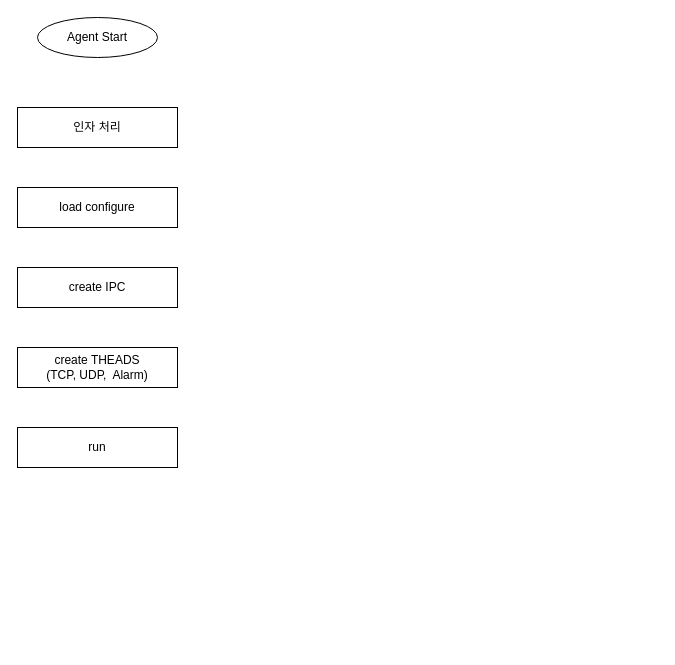
Before: page "Agent Flow" (6 of 7) of 제목 없는 다이어그램.drawio in aim65k/nextrade2, a draw.io diagram. Source tidied: cells renumbered, new cells numbered last; positions are measured from the earlier drawing's top-left corner, leaving out a move shared by most shapes. Both pictures are drawn from the tidied source at 100%, with x=0, y=0 at pixel (17, 17).
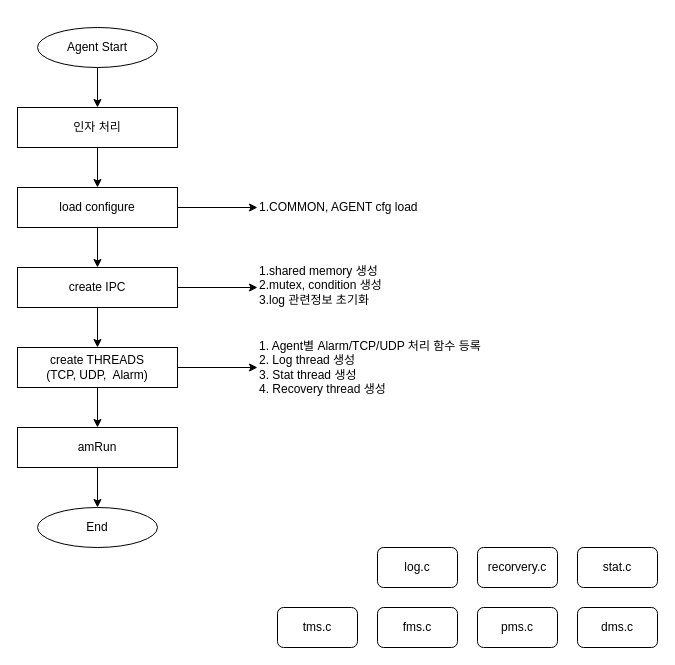
Above is the later version.

The change refers to these unchanged cells:
```xml
<mxCell id="3" value="인자 처리" style="rounded=0;whiteSpace=wrap;html=1;" parent="1" vertex="1">
  <mxGeometry y="90" width="160" height="40" as="geometry" />
</mxCell>
<mxCell id="4" value="load configure" style="rounded=0;whiteSpace=wrap;html=1;" parent="1" vertex="1">
  <mxGeometry y="170" width="160" height="40" as="geometry" />
</mxCell>
<mxCell id="5" value="create IPC" style="rounded=0;whiteSpace=wrap;html=1;" parent="1" vertex="1">
  <mxGeometry y="250" width="160" height="40" as="geometry" />
</mxCell>
```

What changed in the source:
```diff
@@
+    <mxCell id="8" style="edgeStyle=orthogonalEdgeStyle;rounded=0;jettySize=auto;html=1;entryX=0.5;entryY=0;entryDx=0;entryDy=0;" parent="1" edge="1" source="2" target="3">
+      <mxGeometry relative="1" as="geometry" />
+    </mxCell>
     <mxCell id="2" value="Agent Start" style="ellipse;whiteSpace=wrap;html=1;" parent="1" vertex="1">
-      <mxGeometry x="20" width="120" height="40" as="geometry" />
+      <mxGeometry x="20" y="10" width="120" height="40" as="geometry" />
     </mxCell>
+    <mxCell id="9" style="edgeStyle=orthogonalEdgeStyle;rounded=0;jettySize=auto;html=1;entryX=0.5;entryY=0;entryDx=0;entryDy=0;" parent="1" edge="1" source="3" target="4">
+      <mxGeometry relative="1" as="geometry" />
+    </mxCell>
@@
+    <mxCell id="10" style="edgeStyle=orthogonalEdgeStyle;rounded=0;jettySize=auto;html=1;entryX=0;entryY=0.5;entryDx=0;entryDy=0;" parent="1" edge="1" source="4" target="19">
+      <mxGeometry relative="1" as="geometry" />
+    </mxCell>
+    <mxCell id="11" style="edgeStyle=orthogonalEdgeStyle;rounded=0;jettySize=auto;html=1;entryX=0.5;entryY=0;entryDx=0;entryDy=0;" parent="1" edge="1" source="4" target="5">
+      <mxGeometry relative="1" as="geometry" />
+    </mxCell>
@@
+    <mxCell id="12" style="edgeStyle=orthogonalEdgeStyle;rounded=0;jettySize=auto;html=1;exitX=1;exitY=0.5;exitDx=0;exitDy=0;entryX=0;entryY=0.5;entryDx=0;entryDy=0;" parent="1" edge="1" source="5" target="18">
+      <mxGeometry relative="1" as="geometry" />
+    </mxCell>
+    <mxCell id="13" style="edgeStyle=orthogonalEdgeStyle;rounded=0;jettySize=auto;html=1;entryX=0.5;entryY=0;entryDx=0;entryDy=0;" parent="1" edge="1" source="5" target="6">
+      <mxGeometry relative="1" as="geometry" />
+    </mxCell>
@@
+    <mxCell id="14" style="edgeStyle=orthogonalEdgeStyle;rounded=0;jettySize=auto;html=1;entryX=0;entryY=0.5;entryDx=0;entryDy=0;" parent="1" edge="1" source="6" target="17">
+      <mxGeometry relative="1" as="geometry" />
+    </mxCell>
+    <mxCell id="15" style="edgeStyle=orthogonalEdgeStyle;rounded=0;jettySize=auto;html=1;entryX=0.5;entryY=0;entryDx=0;entryDy=0;" parent="1" edge="1" source="6" target="7">
+      <mxGeometry relative="1" as="geometry" />
+    </mxCell>
-    <mxCell id="6" value="create THEADS&lt;br&gt;(TCP, UDP,&amp;nbsp; Alarm)" style="rounded=0;whiteSpace=wrap;html=1;" parent="1" vertex="1">
+    <mxCell id="6" value="create THREADS&lt;br&gt;(TCP, UDP,&amp;nbsp; Alarm)" style="rounded=0;whiteSpace=wrap;html=1;" parent="1" vertex="1">
       <mxGeometry y="330" width="160" height="40" as="geometry" />
     </mxCell>
+    <mxCell id="16" style="edgeStyle=orthogonalEdgeStyle;rounded=0;jettySize=auto;html=1;entryX=0.5;entryY=0;entryDx=0;entryDy=0;" parent="1" edge="1" source="7" target="27">
+      <mxGeometry relative="1" as="geometry" />
+    </mxCell>
-    <mxCell id="7" value="run" style="rounded=0;whiteSpace=wrap;html=1;" parent="1" vertex="1">
+    <mxCell id="7" value="amRun" style="rounded=0;whiteSpace=wrap;html=1;" parent="1" vertex="1">
       <mxGeometry y="410" width="160" height="40" as="geometry" />
     </mxCell>
+    <mxCell id="17" value="1. Agent별 Alarm/TCP/UDP 처리 함수 등록&lt;br&gt;2. Log thread 생성&lt;br&gt;3. Stat thread 생성&lt;br&gt;4. Recovery thread 생성" style="text;html=1;strokeColor=none;fillColor=none;align=left;verticalAlign=top;whiteSpace=wrap;rounded=0;" parent="1" vertex="1">
+      <mxGeometry x="240" y="315" width="280" height="70" as="geometry" />
+    </mxCell>
+    <mxCell id="18" value="1.shared memory 생성&lt;br&gt;2.mutex, condition 생성&lt;br&gt;3.log 관련정보 초기화" style="text;html=1;strokeColor=none;fillColor=none;align=left;verticalAlign=top;whiteSpace=wrap;rounded=0;" parent="1" vertex="1">
+      <mxGeometry x="240" y="240" width="280" height="60" as="geometry" />
+    </mxCell>
+    <mxCell id="19" value="1.COMMON, AGENT cfg load" style="text;html=1;strokeColor=none;fillColor=none;align=left;verticalAlign=middle;whiteSpace=wrap;rounded=0;" parent="1" vertex="1">
+      <mxGeometry x="240" y="170" width="280" height="40" as="geometry" />
+    </mxCell>
+    <mxCell id="20" value="log.c" style="rounded=1;whiteSpace=wrap;html=1;" parent="1" vertex="1">
+      <mxGeometry x="360" y="530" width="80" height="40" as="geometry" />
+    </mxCell>
+    <mxCell id="21" value="fms.c" style="rounded=1;whiteSpace=wrap;html=1;" parent="1" vertex="1">
+      <mxGeometry x="360" y="590" width="80" height="40" as="geometry" />
+    </mxCell>
+    <mxCell id="22" value="pms.c" style="rounded=1;whiteSpace=wrap;html=1;" parent="1" vertex="1">
+      <mxGeometry x="460" y="590" width="80" height="40" as="geometry" />
+    </mxCell>
+    <mxCell id="23" value="dms.c" style="rounded=1;whiteSpace=wrap;html=1;" parent="1" vertex="1">
+      <mxGeometry x="560" y="590" width="80" height="40" as="geometry" />
+    </mxCell>
+    <mxCell id="24" value="tms.c" style="rounded=1;whiteSpace=wrap;html=1;" parent="1" vertex="1">
+      <mxGeometry x="260" y="590" width="80" height="40" as="geometry" />
+    </mxCell>
+    <mxCell id="25" value="recorvery.c" style="rounded=1;whiteSpace=wrap;html=1;" parent="1" vertex="1">
+      <mxGeometry x="460" y="530" width="80" height="40" as="geometry" />
+    </mxCell>
+    <mxCell id="26" value="stat.c" style="rounded=1;whiteSpace=wrap;html=1;" parent="1" vertex="1">
+      <mxGeometry x="560" y="530" width="80" height="40" as="geometry" />
+    </mxCell>
+    <mxCell id="27" value="End" style="ellipse;whiteSpace=wrap;html=1;" parent="1" vertex="1">
+      <mxGeometry x="20" y="490" width="120" height="40" as="geometry" />
+    </mxCell>
```
